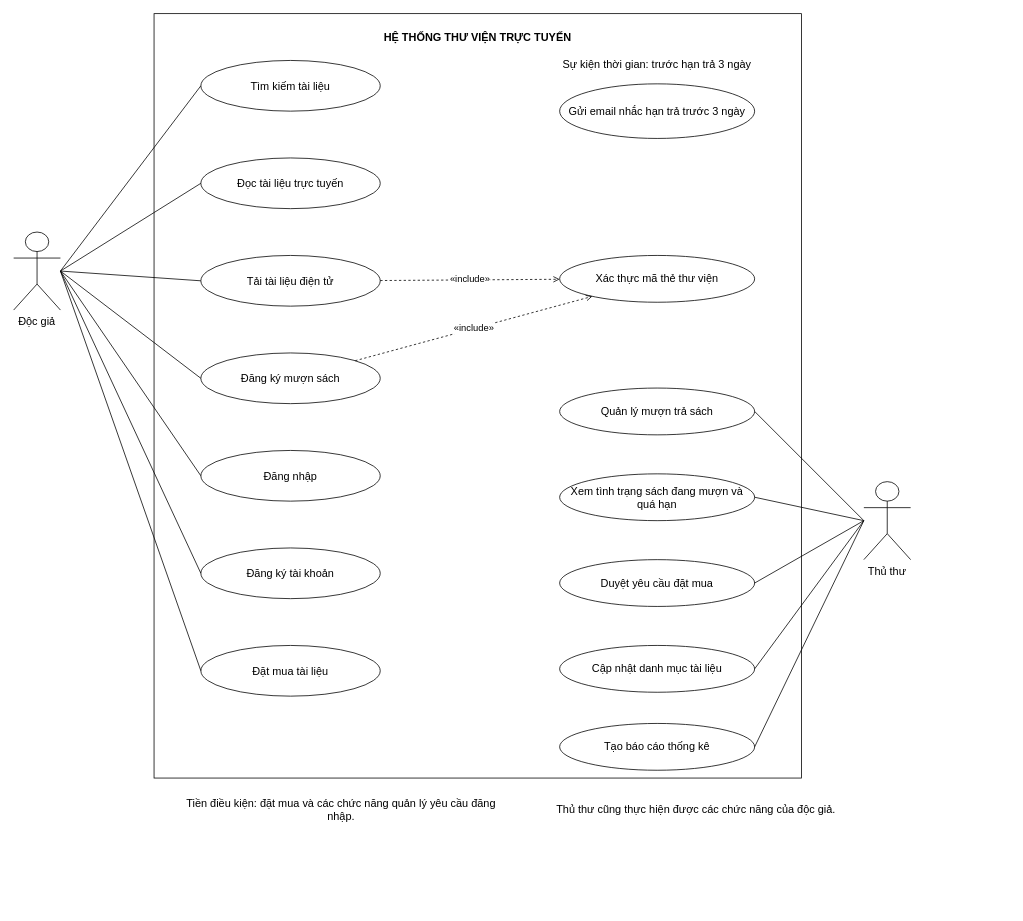
This is IMAGES/LAB1/SoDo_LAB1.drawio from truonggiabao24072005-stack/LAB_AT_OOSD, a draw.io file, before an edit. Source tidied: cells renumbered, new cells numbered last; positions are measured from the earlier drawing's top-left corner, leaving out a move shared by most shapes. Both pictures are drawn from the tidied source at 78%, with x=0, y=0 at pixel (13, 13).
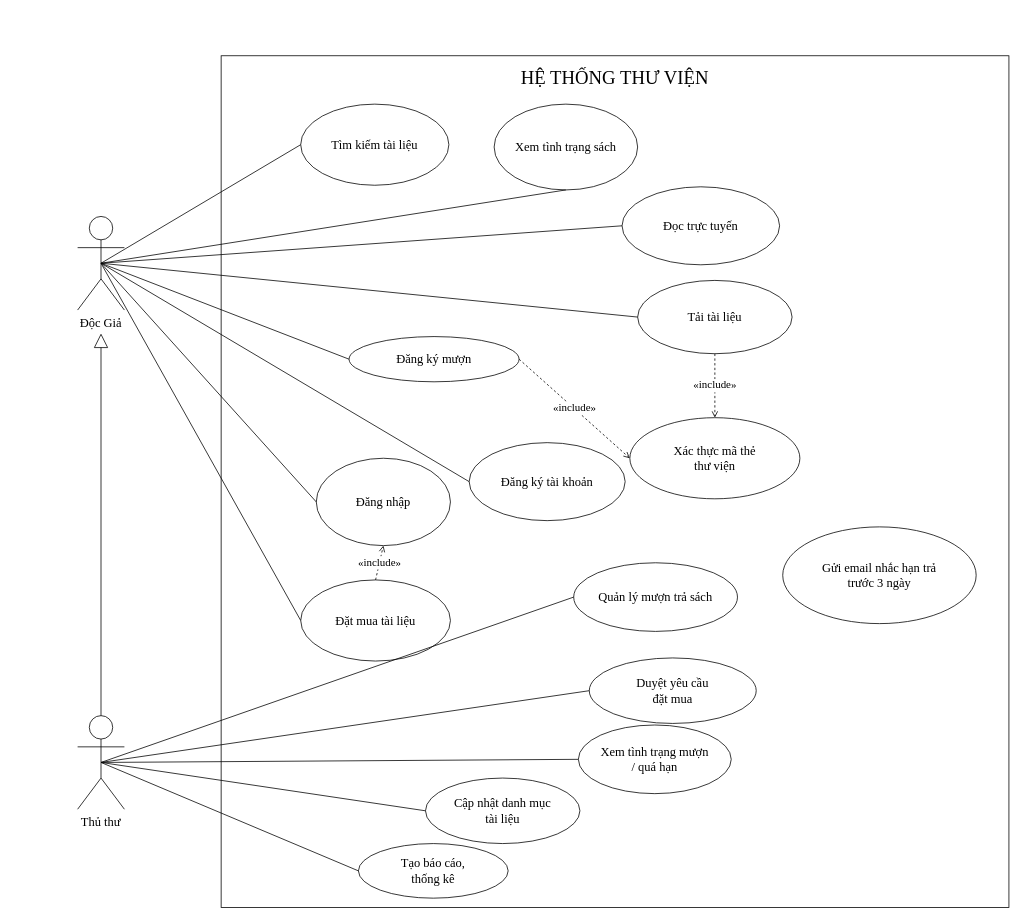
The same page after the edit.

Commit message:
Redraw LAB1 general use case to match supplied reference

The edit, as a diff of the source:
```diff
@@
-    <mxCell id="2" value="HỆ THỐNG THƯ VIỆN TRỰC TUYẾN" style="html=1;whiteSpace=wrap;fontFamily=Arial;fontSize=14;strokeColor=#000000;fillColor=#ffffff;rounded=0;verticalAlign=top;spacingTop=16;fontStyle=1;" parent="1" vertex="1">
-      <mxGeometry x="180" width="830" height="980" as="geometry" />
+    <mxCell id="2" value="HỆ THỐNG THƯ VIỆN" style="html=1;whiteSpace=wrap;fontFamily=Times New Roman;fontSize=16;strokeColor=#000000;fillColor=#ffffff;rounded=0;verticalAlign=top;spacingTop=8;fontSize=24;" parent="1" vertex="1">
+      <mxGeometry x="266" y="54" width="1010" height="1092" as="geometry" />
     </mxCell>
-    <mxCell id="3" value="Độc giả" style="html=1;whiteSpace=wrap;fontFamily=Arial;fontSize=14;strokeColor=#000000;fillColor=#ffffff;shape=umlActor;verticalLabelPosition=bottom;verticalAlign=top;" parent="1" vertex="1">
-      <mxGeometry y="280" width="60" height="100" as="geometry" />
+    <mxCell id="3" value="Độc Giả" style="html=1;whiteSpace=wrap;fontFamily=Times New Roman;fontSize=16;strokeColor=#000000;fillColor=#ffffff;shape=umlActor;verticalLabelPosition=bottom;verticalAlign=top;perimeter=none;" parent="1" vertex="1">
+      <mxGeometry x="82" y="260" width="60" height="120" as="geometry" />
     </mxCell>
-    <mxCell id="4" value="Thủ thư" style="html=1;whiteSpace=wrap;fontFamily=Arial;fontSize=14;strokeColor=#000000;fillColor=#ffffff;shape=umlActor;verticalLabelPosition=bottom;verticalAlign=top;" parent="1" vertex="1">
-      <mxGeometry x="1090" y="600" width="60" height="100" as="geometry" />
+    <mxCell id="4" value="Thủ thư" style="html=1;whiteSpace=wrap;fontFamily=Times New Roman;fontSize=16;strokeColor=#000000;fillColor=#ffffff;shape=umlActor;verticalLabelPosition=bottom;verticalAlign=top;perimeter=none;" parent="1" vertex="1">
+      <mxGeometry x="82" y="900" width="60" height="120" as="geometry" />
     </mxCell>
-    <mxCell id="5" value="Tìm kiếm tài liệu" style="html=1;whiteSpace=wrap;fontFamily=Arial;fontSize=14;strokeColor=#000000;fillColor=#ffffff;ellipse;" parent="1" vertex="1">
-      <mxGeometry x="240" y="60" width="230" height="65" as="geometry" />
+    <mxCell id="5" value="Tìm kiếm tài liệu" style="html=1;whiteSpace=wrap;fontFamily=Times New Roman;fontSize=16;strokeColor=#000000;fillColor=#ffffff;ellipse;" parent="1" vertex="1">
+      <mxGeometry x="368" y="116" width="190" height="104" as="geometry" />
     </mxCell>
+    <mxCell id="22" value="Xem tình trạng sách" style="html=1;whiteSpace=wrap;fontFamily=Times New Roman;fontSize=16;strokeColor=#000000;fillColor=#ffffff;ellipse;" parent="1" vertex="1">
+      <mxGeometry x="616" y="116" width="184" height="110" as="geometry" />
+    </mxCell>
+    <mxCell id="7" value="Đọc trực tuyến" style="html=1;whiteSpace=wrap;fontFamily=Times New Roman;fontSize=16;strokeColor=#000000;fillColor=#ffffff;ellipse;" parent="1" vertex="1">
+      <mxGeometry x="780" y="222" width="202" height="100" as="geometry" />
+    </mxCell>
+    <mxCell id="9" value="Tải tài liệu" style="html=1;whiteSpace=wrap;fontFamily=Times New Roman;fontSize=16;strokeColor=#000000;fillColor=#ffffff;ellipse;" parent="1" vertex="1">
+      <mxGeometry x="800" y="342" width="198" height="94" as="geometry" />
+    </mxCell>
+    <mxCell id="11" value="Đăng ký mượn" style="html=1;whiteSpace=wrap;fontFamily=Times New Roman;fontSize=16;strokeColor=#000000;fillColor=#ffffff;ellipse;" parent="1" vertex="1">
+      <mxGeometry x="430" y="414" width="218" height="58" as="geometry" />
+    </mxCell>
+    <mxCell id="19" value="Xác thực mã thẻ&#10;thư viện" style="html=1;whiteSpace=wrap;fontFamily=Times New Roman;fontSize=16;strokeColor=#000000;fillColor=#ffffff;ellipse;" parent="1" vertex="1">
+      <mxGeometry x="790" y="518" width="218" height="104" as="geometry" />
+    </mxCell>
+    <mxCell id="13" value="Đăng nhập" style="html=1;whiteSpace=wrap;fontFamily=Times New Roman;fontSize=16;strokeColor=#000000;fillColor=#ffffff;ellipse;" parent="1" vertex="1">
+      <mxGeometry x="388" y="570" width="172" height="112" as="geometry" />
+    </mxCell>
+    <mxCell id="15" value="Đăng ký tài khoản" style="html=1;whiteSpace=wrap;fontFamily=Times New Roman;fontSize=16;strokeColor=#000000;fillColor=#ffffff;ellipse;" parent="1" vertex="1">
+      <mxGeometry x="584" y="550" width="200" height="100" as="geometry" />
+    </mxCell>
+    <mxCell id="17" value="Đặt mua tài liệu" style="html=1;whiteSpace=wrap;fontFamily=Times New Roman;fontSize=16;strokeColor=#000000;fillColor=#ffffff;ellipse;" parent="1" vertex="1">
+      <mxGeometry x="368" y="726" width="192" height="104" as="geometry" />
+    </mxCell>
+    <mxCell id="20" value="Quản lý mượn trả sách" style="html=1;whiteSpace=wrap;fontFamily=Times New Roman;fontSize=16;strokeColor=#000000;fillColor=#ffffff;ellipse;" parent="1" vertex="1">
+      <mxGeometry x="718" y="704" width="210" height="88" as="geometry" />
+    </mxCell>
+    <mxCell id="32" value="Gửi email nhắc hạn trả&#10;trước 3 ngày" style="html=1;whiteSpace=wrap;fontFamily=Times New Roman;fontSize=16;strokeColor=#000000;fillColor=#ffffff;ellipse;" parent="1" vertex="1">
+      <mxGeometry x="986" y="658" width="248" height="124" as="geometry" />
+    </mxCell>
+    <mxCell id="24" value="Duyệt yêu cầu&#10;đặt mua" style="html=1;whiteSpace=wrap;fontFamily=Times New Roman;fontSize=16;strokeColor=#000000;fillColor=#ffffff;ellipse;" parent="1" vertex="1">
+      <mxGeometry x="738" y="826" width="214" height="84" as="geometry" />
+    </mxCell>
+    <mxCell id="36" value="Xem tình trạng mượn&#10;/ quá hạn" style="html=1;whiteSpace=wrap;fontFamily=Times New Roman;fontSize=16;strokeColor=#000000;fillColor=#ffffff;ellipse;" parent="1" vertex="1">
+      <mxGeometry x="724" y="912" width="196" height="88" as="geometry" />
+    </mxCell>
+    <mxCell id="26" value="Cập nhật danh mục&#10;tài liệu" style="html=1;whiteSpace=wrap;fontFamily=Times New Roman;fontSize=16;strokeColor=#000000;fillColor=#ffffff;ellipse;" parent="1" vertex="1">
+      <mxGeometry x="528" y="980" width="198" height="84" as="geometry" />
+    </mxCell>
+    <mxCell id="28" value="Tạo báo cáo,&#10;thống kê" style="html=1;whiteSpace=wrap;fontFamily=Times New Roman;fontSize=16;strokeColor=#000000;fillColor=#ffffff;ellipse;" parent="1" vertex="1">
+      <mxGeometry x="442" y="1064" width="192" height="70" as="geometry" />
+    </mxCell>
-    <mxCell id="6" style="html=1;edgeStyle=none;rounded=0;curved=0;fontFamily=Arial;fontSize=12;labelBackgroundColor=#ffffff;strokeColor=#000000;endArrow=none;exitX=1;exitY=0.5;entryX=0;entryY=0.5;" parent="1" edge="1" source="3" target="5">
+    <mxCell id="6" style="html=1;edgeStyle=none;rounded=0;curved=0;strokeColor=#000000;fontFamily=Times New Roman;fontSize=14;labelBackgroundColor=#ffffff;endArrow=none;exitX=0.5;exitY=0.5;entryX=0;entryY=0.5;" parent="1" edge="1" source="3" target="5">
       <mxGeometry relative="1" as="geometry" />
     </mxCell>
-    <mxCell id="7" value="Đọc tài liệu trực tuyến" style="html=1;whiteSpace=wrap;fontFamily=Arial;fontSize=14;strokeColor=#000000;fillColor=#ffffff;ellipse;" parent="1" vertex="1">
-      <mxGeometry x="240" y="185" width="230" height="65" as="geometry" />
-    </mxCell>
+    <mxCell id="37" style="html=1;edgeStyle=none;rounded=0;curved=0;strokeColor=#000000;fontFamily=Times New Roman;fontSize=14;labelBackgroundColor=#ffffff;endArrow=none;exitX=0.5;exitY=0.5;entryX=0.5;entryY=1;" parent="1" edge="1" source="3" target="22">
+      <mxGeometry relative="1" as="geometry" />
+    </mxCell>
-    <mxCell id="8" style="html=1;edgeStyle=none;rounded=0;curved=0;fontFamily=Arial;fontSize=12;labelBackgroundColor=#ffffff;strokeColor=#000000;endArrow=none;exitX=1;exitY=0.5;entryX=0;entryY=0.5;" parent="1" edge="1" source="3" target="7">
+    <mxCell id="8" style="html=1;edgeStyle=none;rounded=0;curved=0;strokeColor=#000000;fontFamily=Times New Roman;fontSize=14;labelBackgroundColor=#ffffff;endArrow=none;exitX=0.5;exitY=0.5;entryX=0;entryY=0.5;" parent="1" edge="1" source="3" target="7">
       <mxGeometry relative="1" as="geometry" />
     </mxCell>
-    <mxCell id="9" value="Tải tài liệu điện tử" style="html=1;whiteSpace=wrap;fontFamily=Arial;fontSize=14;strokeColor=#000000;fillColor=#ffffff;ellipse;" parent="1" vertex="1">
-      <mxGeometry x="240" y="310" width="230" height="65" as="geometry" />
-    </mxCell>
-    <mxCell id="10" style="html=1;edgeStyle=none;rounded=0;curved=0;fontFamily=Arial;fontSize=12;labelBackgroundColor=#ffffff;strokeColor=#000000;endArrow=none;exitX=1;exitY=0.5;entryX=0;entryY=0.5;" parent="1" edge="1" source="3" target="9">
+    <mxCell id="10" style="html=1;edgeStyle=none;rounded=0;curved=0;strokeColor=#000000;fontFamily=Times New Roman;fontSize=14;labelBackgroundColor=#ffffff;endArrow=none;exitX=0.5;exitY=0.5;entryX=0;entryY=0.5;" parent="1" edge="1" source="3" target="9">
       <mxGeometry relative="1" as="geometry" />
     </mxCell>
-    <mxCell id="11" value="Đăng ký mượn sách" style="html=1;whiteSpace=wrap;fontFamily=Arial;fontSize=14;strokeColor=#000000;fillColor=#ffffff;ellipse;" parent="1" vertex="1">
-      <mxGeometry x="240" y="435" width="230" height="65" as="geometry" />
-    </mxCell>
-    <mxCell id="12" style="html=1;edgeStyle=none;rounded=0;curved=0;fontFamily=Arial;fontSize=12;labelBackgroundColor=#ffffff;strokeColor=#000000;endArrow=none;exitX=1;exitY=0.5;entryX=0;entryY=0.5;" parent="1" edge="1" source="3" target="11">
+    <mxCell id="12" style="html=1;edgeStyle=none;rounded=0;curved=0;strokeColor=#000000;fontFamily=Times New Roman;fontSize=14;labelBackgroundColor=#ffffff;endArrow=none;exitX=0.5;exitY=0.5;entryX=0;entryY=0.5;" parent="1" edge="1" source="3" target="11">
       <mxGeometry relative="1" as="geometry" />
     </mxCell>
-    <mxCell id="13" value="Đăng nhập" style="html=1;whiteSpace=wrap;fontFamily=Arial;fontSize=14;strokeColor=#000000;fillColor=#ffffff;ellipse;" parent="1" vertex="1">
-      <mxGeometry x="240" y="560" width="230" height="65" as="geometry" />
-    </mxCell>
-    <mxCell id="14" style="html=1;edgeStyle=none;rounded=0;curved=0;fontFamily=Arial;fontSize=12;labelBackgroundColor=#ffffff;strokeColor=#000000;endArrow=none;exitX=1;exitY=0.5;entryX=0;entryY=0.5;" parent="1" edge="1" source="3" target="13">
+    <mxCell id="14" style="html=1;edgeStyle=none;rounded=0;curved=0;strokeColor=#000000;fontFamily=Times New Roman;fontSize=14;labelBackgroundColor=#ffffff;endArrow=none;exitX=0.5;exitY=0.5;entryX=0;entryY=0.5;" parent="1" edge="1" source="3" target="13">
       <mxGeometry relative="1" as="geometry" />
     </mxCell>
-    <mxCell id="15" value="Đăng ký tài khoản" style="html=1;whiteSpace=wrap;fontFamily=Arial;fontSize=14;strokeColor=#000000;fillColor=#ffffff;ellipse;" parent="1" vertex="1">
-      <mxGeometry x="240" y="685" width="230" height="65" as="geometry" />
-    </mxCell>
-    <mxCell id="16" style="html=1;edgeStyle=none;rounded=0;curved=0;fontFamily=Arial;fontSize=12;labelBackgroundColor=#ffffff;strokeColor=#000000;endArrow=none;exitX=1;exitY=0.5;entryX=0;entryY=0.5;" parent="1" edge="1" source="3" target="15">
+    <mxCell id="16" style="html=1;edgeStyle=none;rounded=0;curved=0;strokeColor=#000000;fontFamily=Times New Roman;fontSize=14;labelBackgroundColor=#ffffff;endArrow=none;exitX=0.5;exitY=0.5;entryX=0;entryY=0.5;" parent="1" edge="1" source="3" target="15">
       <mxGeometry relative="1" as="geometry" />
     </mxCell>
-    <mxCell id="17" value="Đặt mua tài liệu" style="html=1;whiteSpace=wrap;fontFamily=Arial;fontSize=14;strokeColor=#000000;fillColor=#ffffff;ellipse;" parent="1" vertex="1">
-      <mxGeometry x="240" y="810" width="230" height="65" as="geometry" />
-    </mxCell>
-    <mxCell id="18" style="html=1;edgeStyle=none;rounded=0;curved=0;fontFamily=Arial;fontSize=12;labelBackgroundColor=#ffffff;strokeColor=#000000;endArrow=none;exitX=1;exitY=0.5;entryX=0;entryY=0.5;" parent="1" edge="1" source="3" target="17">
+    <mxCell id="18" style="html=1;edgeStyle=none;rounded=0;curved=0;strokeColor=#000000;fontFamily=Times New Roman;fontSize=14;labelBackgroundColor=#ffffff;endArrow=none;exitX=0.5;exitY=0.5;entryX=0;entryY=0.5;" parent="1" edge="1" source="3" target="17">
       <mxGeometry relative="1" as="geometry" />
     </mxCell>
-    <mxCell id="19" value="Xác thực mã thẻ thư viện" style="html=1;whiteSpace=wrap;fontFamily=Arial;fontSize=14;strokeColor=#000000;fillColor=#ffffff;ellipse;" parent="1" vertex="1">
-      <mxGeometry x="700" y="310" width="250" height="60" as="geometry" />
-    </mxCell>
-    <mxCell id="20" value="Quản lý mượn trả sách" style="html=1;whiteSpace=wrap;fontFamily=Arial;fontSize=14;strokeColor=#000000;fillColor=#ffffff;ellipse;" parent="1" vertex="1">
-      <mxGeometry x="700" y="480" width="250" height="60" as="geometry" />
-    </mxCell>
-    <mxCell id="21" style="html=1;edgeStyle=none;rounded=0;curved=0;fontFamily=Arial;fontSize=12;labelBackgroundColor=#ffffff;strokeColor=#000000;endArrow=none;exitX=0;exitY=0.5;entryX=1;entryY=0.5;" parent="1" edge="1" source="4" target="20">
+    <mxCell id="21" style="html=1;edgeStyle=none;rounded=0;curved=0;strokeColor=#000000;fontFamily=Times New Roman;fontSize=14;labelBackgroundColor=#ffffff;endArrow=none;exitX=0.5;exitY=0.5;entryX=0;entryY=0.5;" parent="1" edge="1" source="4" target="20">
       <mxGeometry relative="1" as="geometry" />
     </mxCell>
-    <mxCell id="22" value="Xem tình trạng sách đang mượn và quá hạn" style="html=1;whiteSpace=wrap;fontFamily=Arial;fontSize=14;strokeColor=#000000;fillColor=#ffffff;ellipse;" parent="1" vertex="1">
-      <mxGeometry x="700" y="590" width="250" height="60" as="geometry" />
-    </mxCell>
-    <mxCell id="23" style="html=1;edgeStyle=none;rounded=0;curved=0;fontFamily=Arial;fontSize=12;labelBackgroundColor=#ffffff;strokeColor=#000000;endArrow=none;exitX=0;exitY=0.5;entryX=1;entryY=0.5;" parent="1" edge="1" source="4" target="22">
-      <mxGeometry relative="1" as="geometry" />
-    </mxCell>
-    <mxCell id="24" value="Duyệt yêu cầu đặt mua" style="html=1;whiteSpace=wrap;fontFamily=Arial;fontSize=14;strokeColor=#000000;fillColor=#ffffff;ellipse;" parent="1" vertex="1">
-      <mxGeometry x="700" y="700" width="250" height="60" as="geometry" />
-    </mxCell>
-    <mxCell id="25" style="html=1;edgeStyle=none;rounded=0;curved=0;fontFamily=Arial;fontSize=12;labelBackgroundColor=#ffffff;strokeColor=#000000;endArrow=none;exitX=0;exitY=0.5;entryX=1;entryY=0.5;" parent="1" edge="1" source="4" target="24">
+    <mxCell id="25" style="html=1;edgeStyle=none;rounded=0;curved=0;strokeColor=#000000;fontFamily=Times New Roman;fontSize=14;labelBackgroundColor=#ffffff;endArrow=none;exitX=0.5;exitY=0.5;entryX=0;entryY=0.5;" parent="1" edge="1" source="4" target="24">
       <mxGeometry relative="1" as="geometry" />
     </mxCell>
-    <mxCell id="26" value="Cập nhật danh mục tài liệu" style="html=1;whiteSpace=wrap;fontFamily=Arial;fontSize=14;strokeColor=#000000;fillColor=#ffffff;ellipse;" parent="1" vertex="1">
-      <mxGeometry x="700" y="810" width="250" height="60" as="geometry" />
-    </mxCell>
+    <mxCell id="38" style="html=1;edgeStyle=none;rounded=0;curved=0;strokeColor=#000000;fontFamily=Times New Roman;fontSize=14;labelBackgroundColor=#ffffff;endArrow=none;exitX=0.5;exitY=0.5;entryX=0;entryY=0.5;" parent="1" edge="1" source="4" target="36">
+      <mxGeometry relative="1" as="geometry" />
+    </mxCell>
-    <mxCell id="27" style="html=1;edgeStyle=none;rounded=0;curved=0;fontFamily=Arial;fontSize=12;labelBackgroundColor=#ffffff;strokeColor=#000000;endArrow=none;exitX=0;exitY=0.5;entryX=1;entryY=0.5;" parent="1" edge="1" source="4" target="26">
+    <mxCell id="27" style="html=1;edgeStyle=none;rounded=0;curved=0;strokeColor=#000000;fontFamily=Times New Roman;fontSize=14;labelBackgroundColor=#ffffff;endArrow=none;exitX=0.5;exitY=0.5;entryX=0;entryY=0.5;" parent="1" edge="1" source="4" target="26">
       <mxGeometry relative="1" as="geometry" />
     </mxCell>
-    <mxCell id="28" value="Tạo báo cáo thống kê" style="html=1;whiteSpace=wrap;fontFamily=Arial;fontSize=14;strokeColor=#000000;fillColor=#ffffff;ellipse;" parent="1" vertex="1">
-      <mxGeometry x="700" y="910" width="250" height="60" as="geometry" />
-    </mxCell>
-    <mxCell id="29" style="html=1;edgeStyle=none;rounded=0;curved=0;fontFamily=Arial;fontSize=12;labelBackgroundColor=#ffffff;strokeColor=#000000;endArrow=none;exitX=0;exitY=0.5;entryX=1;entryY=0.5;" parent="1" edge="1" source="4" target="28">
+    <mxCell id="29" style="html=1;edgeStyle=none;rounded=0;curved=0;strokeColor=#000000;fontFamily=Times New Roman;fontSize=14;labelBackgroundColor=#ffffff;endArrow=none;exitX=0.5;exitY=0.5;entryX=0;entryY=0.5;" parent="1" edge="1" source="4" target="28">
       <mxGeometry relative="1" as="geometry" />
     </mxCell>
+    <mxCell id="39" style="html=1;edgeStyle=none;rounded=0;curved=0;strokeColor=#000000;endArrow=block;endFill=0;endSize=16;" parent="1" edge="1">
+      <mxGeometry relative="1" as="geometry">
+        <mxPoint x="112" y="900" as="sourcePoint" />
+        <mxPoint x="112" y="410" as="targetPoint" />
+      </mxGeometry>
+    </mxCell>
+    <mxCell id="31" value="«include»" style="html=1;edgeStyle=none;rounded=0;curved=0;strokeColor=#000000;fontFamily=Times New Roman;fontSize=14;labelBackgroundColor=#ffffff;dashed=1;endArrow=open;endFill=0;exitX=1;exitY=0.5;entryX=0;entryY=0.5;" parent="1" edge="1" source="11" target="19">
+      <mxGeometry relative="1" as="geometry" />
+    </mxCell>
-    <mxCell id="30" value="«include»" style="html=1;edgeStyle=none;rounded=0;curved=0;fontFamily=Arial;fontSize=12;labelBackgroundColor=#ffffff;strokeColor=#000000;dashed=1;endArrow=open;endFill=0;" parent="1" edge="1" source="9" target="19">
+    <mxCell id="30" value="«include»" style="html=1;edgeStyle=none;rounded=0;curved=0;strokeColor=#000000;fontFamily=Times New Roman;fontSize=14;labelBackgroundColor=#ffffff;dashed=1;endArrow=open;endFill=0;exitX=0.5;exitY=1;entryX=0.5;entryY=0;" parent="1" edge="1" source="9" target="19">
       <mxGeometry relative="1" as="geometry" />
     </mxCell>
-    <mxCell id="31" value="«include»" style="html=1;edgeStyle=none;rounded=0;curved=0;fontFamily=Arial;fontSize=12;labelBackgroundColor=#ffffff;strokeColor=#000000;dashed=1;endArrow=open;endFill=0;" parent="1" edge="1" source="11" target="19">
-      <mxGeometry relative="1" as="geometry" />
-    </mxCell>
-    <mxCell id="32" value="Gửi email nhắc hạn trả trước 3 ngày" style="html=1;whiteSpace=wrap;fontFamily=Arial;fontSize=14;strokeColor=#000000;fillColor=#ffffff;ellipse;" parent="1" vertex="1">
-      <mxGeometry x="700" y="90" width="250" height="70" as="geometry" />
-    </mxCell>
-    <mxCell id="33" value="Sự kiện thời gian: trước hạn trả 3 ngày" style="html=1;whiteSpace=wrap;fontFamily=Arial;fontSize=14;strokeColor=#000000;fillColor=#ffffff;text;strokeColor=none;fillColor=none;align=center;verticalAlign=middle;" parent="1" vertex="1">
-      <mxGeometry x="690" y="50" width="270" height="30" as="geometry" />
-    </mxCell>
-    <mxCell id="34" value="Thủ thư cũng thực hiện được các chức năng của độc giả." style="html=1;whiteSpace=wrap;fontFamily=Arial;fontSize=14;strokeColor=#000000;fillColor=#ffffff;text;strokeColor=none;fillColor=none;align=center;verticalAlign=middle;" parent="1" vertex="1">
-      <mxGeometry x="660" y="1000" width="430" height="40" as="geometry" />
-    </mxCell>
-    <mxCell id="35" value="Tiền điều kiện: đặt mua và các chức năng quản lý yêu cầu đăng nhập." style="html=1;whiteSpace=wrap;fontFamily=Arial;fontSize=14;strokeColor=#000000;fillColor=#ffffff;text;strokeColor=none;fillColor=none;align=center;verticalAlign=middle;" parent="1" vertex="1">
-      <mxGeometry x="210" y="1000" width="420" height="40" as="geometry" />
-    </mxCell>
+    <mxCell id="40" value="«include»" style="html=1;edgeStyle=none;rounded=0;curved=0;strokeColor=#000000;fontFamily=Times New Roman;fontSize=14;labelBackgroundColor=#ffffff;dashed=1;endArrow=open;endFill=0;exitX=0.5;exitY=0;entryX=0.5;entryY=1;" parent="1" edge="1" source="17" target="13">
+      <mxGeometry relative="1" as="geometry" />
+    </mxCell>
```
